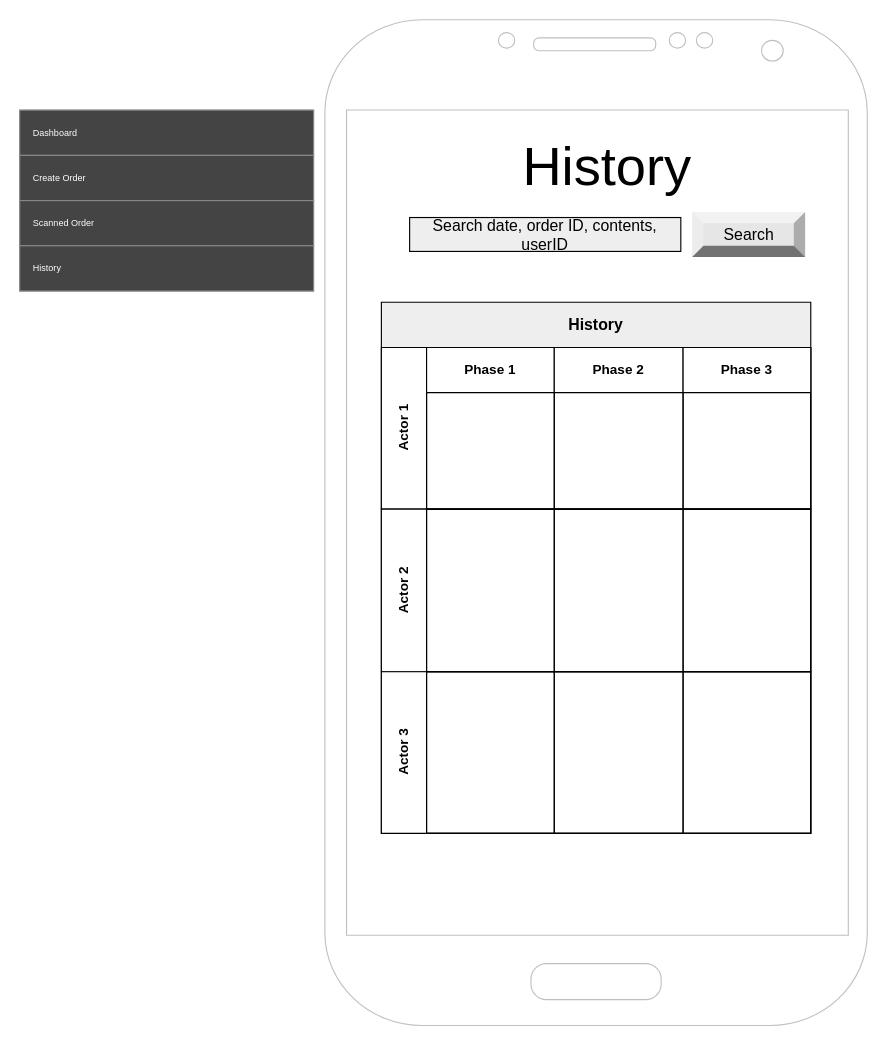
Before: page "Local History" (6 of 7) of Documentation/Wireframes/NFS Mobile App v2.drawio in ThatOneGal/NavyFoodSecurity, a draw.io diagram. Source tidied: cells renumbered, new cells numbered last; positions are measured from the earlier drawing's top-left corner, leaving out a move shared by most shapes. Both pictures are drawn from the tidied source at 113%, with x=0, y=0 at pixel (19, 19).
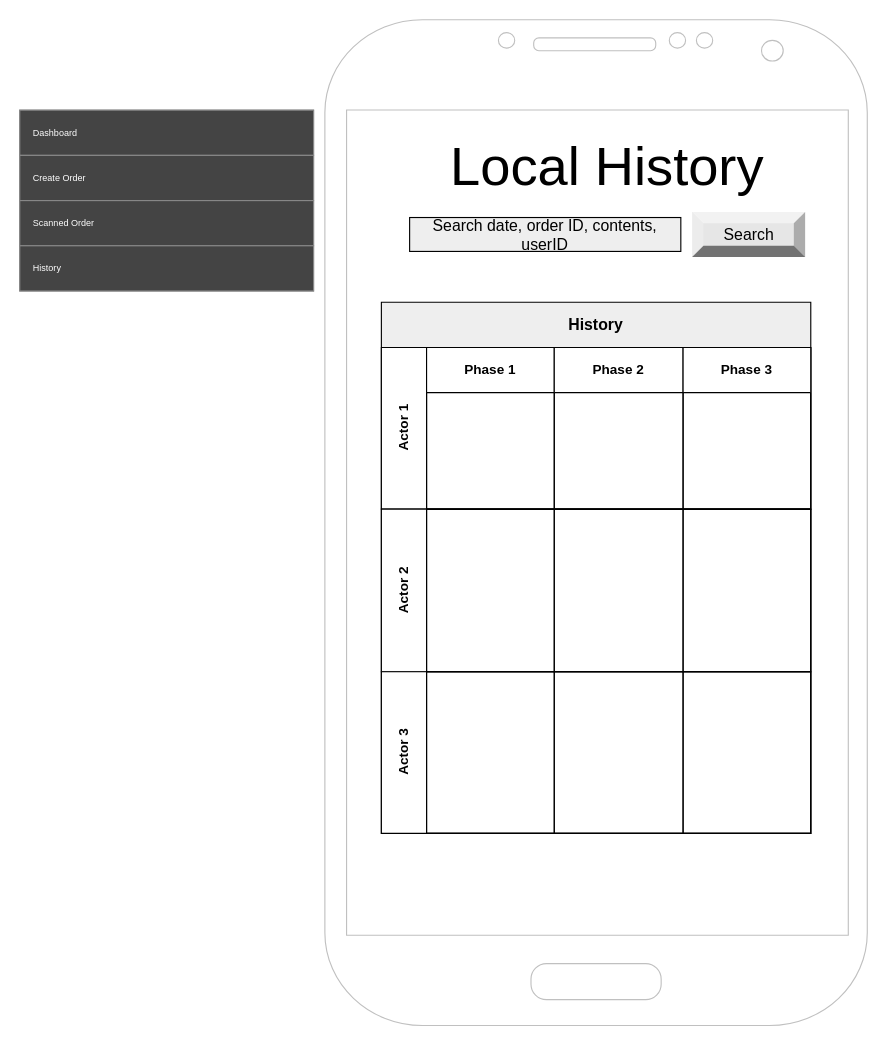
Above is the later version.

Diff of the diagram source:
```diff
@@
-    <mxCell id="8" value="History" style="text;html=1;strokeColor=none;fillColor=none;align=center;verticalAlign=middle;whiteSpace=wrap;rounded=0;fontColor=#000000;fontSize=48;" parent="1" vertex="1">
+    <mxCell id="8" value="Local History" style="text;html=1;strokeColor=none;fillColor=none;align=center;verticalAlign=middle;whiteSpace=wrap;rounded=0;fontColor=#000000;fontSize=48;" parent="1" vertex="1">
       <mxGeometry x="335" y="100" width="370" height="60" as="geometry" />
     </mxCell>
```
